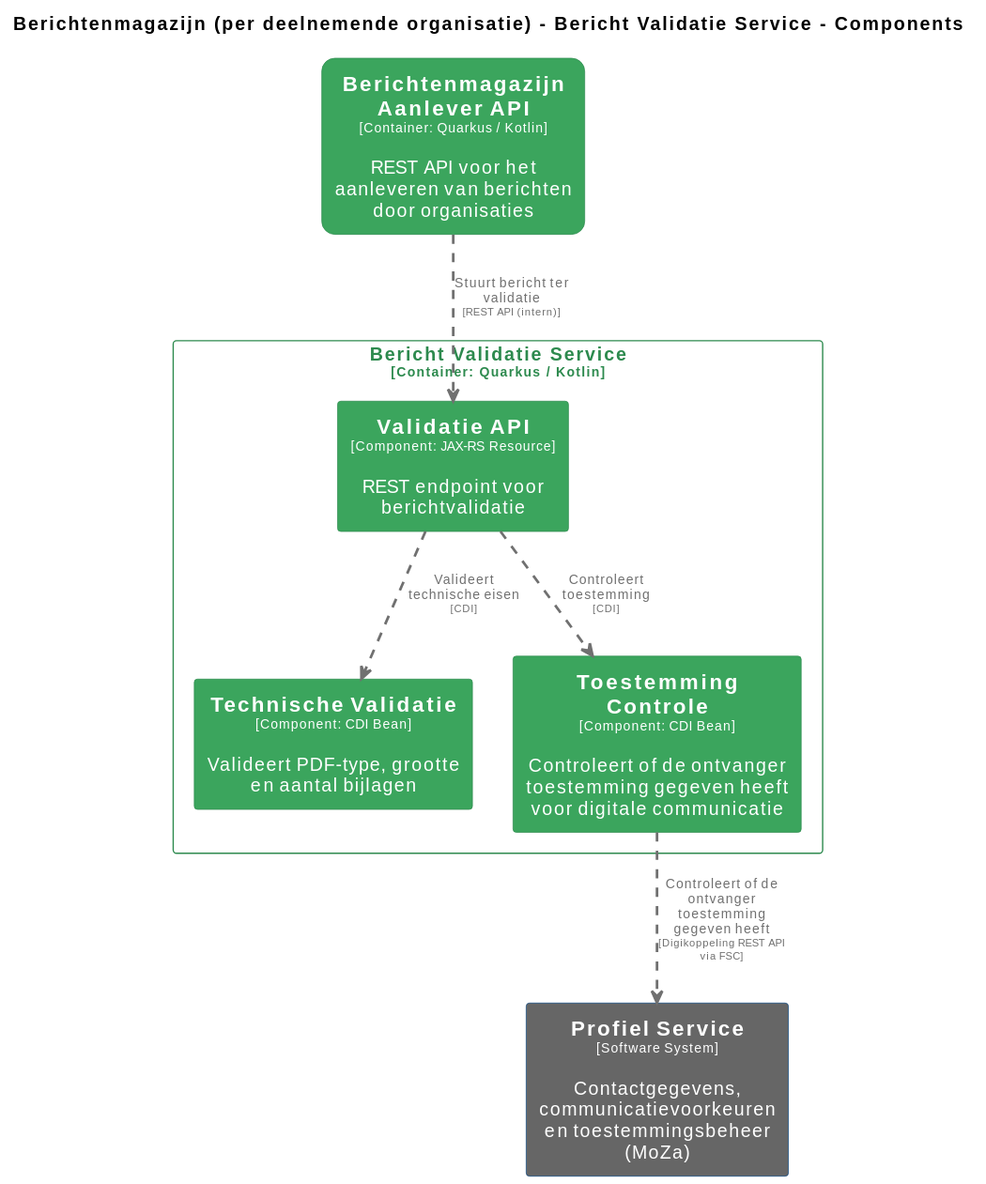
MinBZK/moza-poc-fbs-berichtenbox keeps this PlantUML diagram as pr-preview/pr-22/master/svg/BerichtValidatieComponenten.svg. Above is the earlier version. Its source is kept beside it as pr-preview/pr-22/master/puml/BerichtValidatieComponenten.puml.
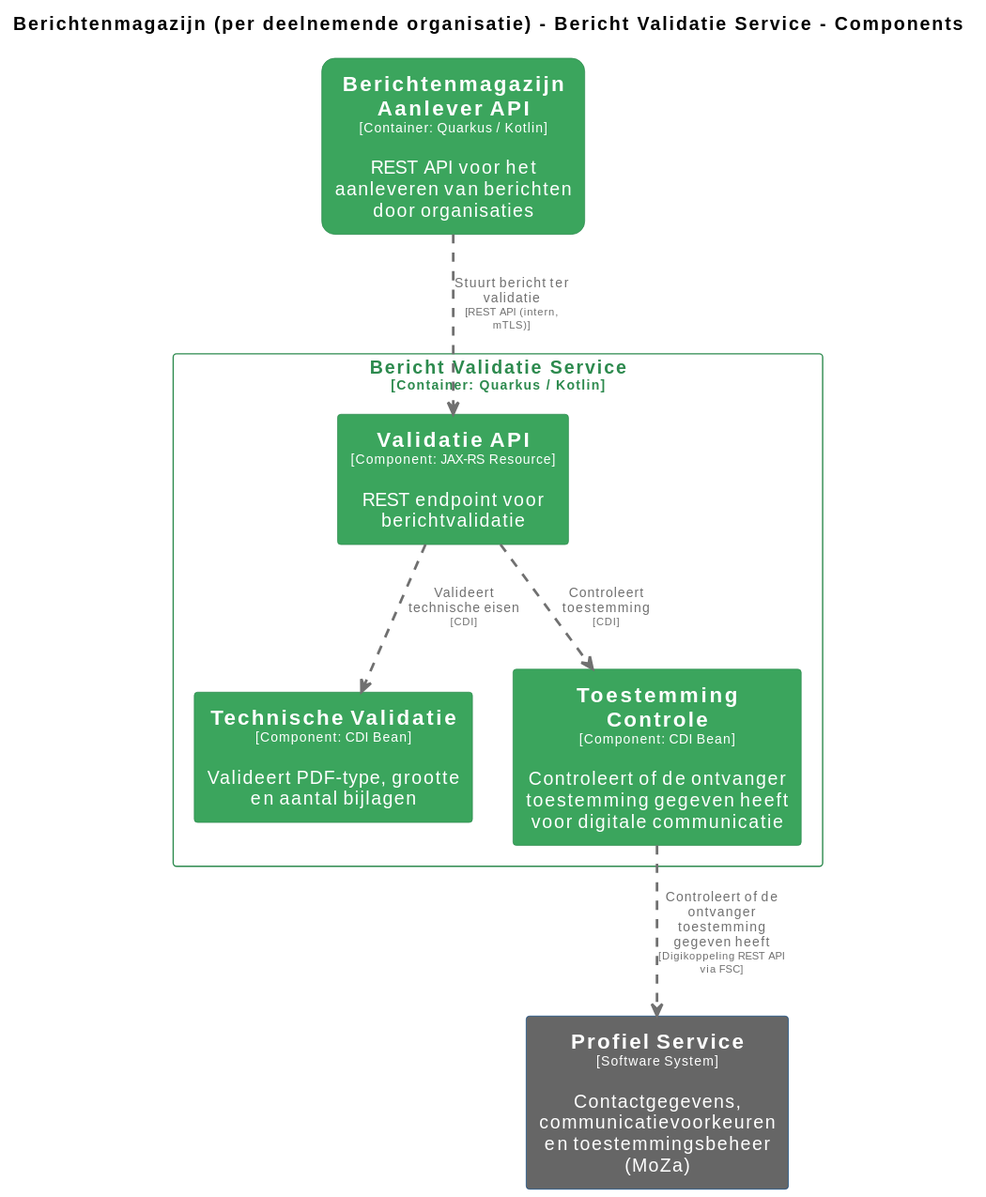
The same file after the commit.

What changed in the source:
```diff
@@ -64,5 +64,5 @@
 Berichtenmagazijnperdeelnemendeorganisatie.BerichtValidatieService.ToestemmingControle .[#707070,thickness=2].> ProfielService : "<color:#707070>Controleert of de ontvanger toestemming gegeven heeft\n<color:#707070><size:8>[Digikoppeling REST API via FSC]</size>"
 Berichtenmagazijnperdeelnemendeorganisatie.BerichtValidatieService.ValidatieAPI .[#707070,thickness=2].> Berichtenmagazijnperdeelnemendeorganisatie.BerichtValidatieService.TechnischeValidatie : "<color:#707070>Valideert technische eisen\n<color:#707070><size:8>[CDI]</size>"
 Berichtenmagazijnperdeelnemendeorganisatie.BerichtValidatieService.ValidatieAPI .[#707070,thickness=2].> Berichtenmagazijnperdeelnemendeorganisatie.BerichtValidatieService.ToestemmingControle : "<color:#707070>Controleert toestemming\n<color:#707070><size:8>[CDI]</size>"
-Berichtenmagazijnperdeelnemendeorganisatie.BerichtenmagazijnAanleverAPI .[#707070,thickness=2].> Berichtenmagazijnperdeelnemendeorganisatie.BerichtValidatieService.ValidatieAPI : "<color:#707070>Stuurt bericht ter validatie\n<color:#707070><size:8>[REST API (intern)]</size>"
+Berichtenmagazijnperdeelnemendeorganisatie.BerichtenmagazijnAanleverAPI .[#707070,thickness=2].> Berichtenmagazijnperdeelnemendeorganisatie.BerichtValidatieService.ValidatieAPI : "<color:#707070>Stuurt bericht ter validatie\n<color:#707070><size:8>[REST API (intern, mTLS)]</size>"
 @enduml
```
